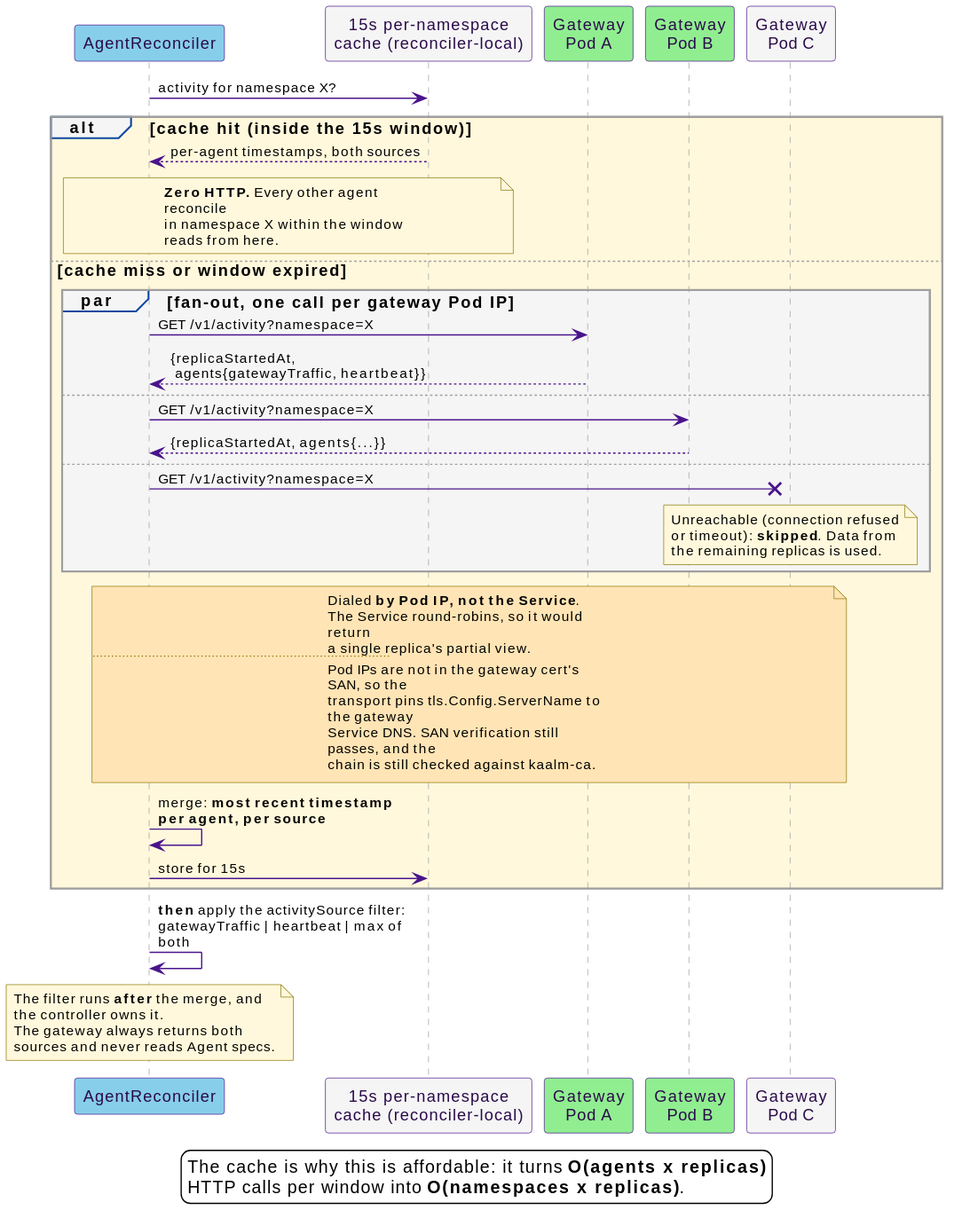
The PlantUML diagram docs/src/diagrams/activity-fanout.svg in win07xp/kaalm, before a commit.
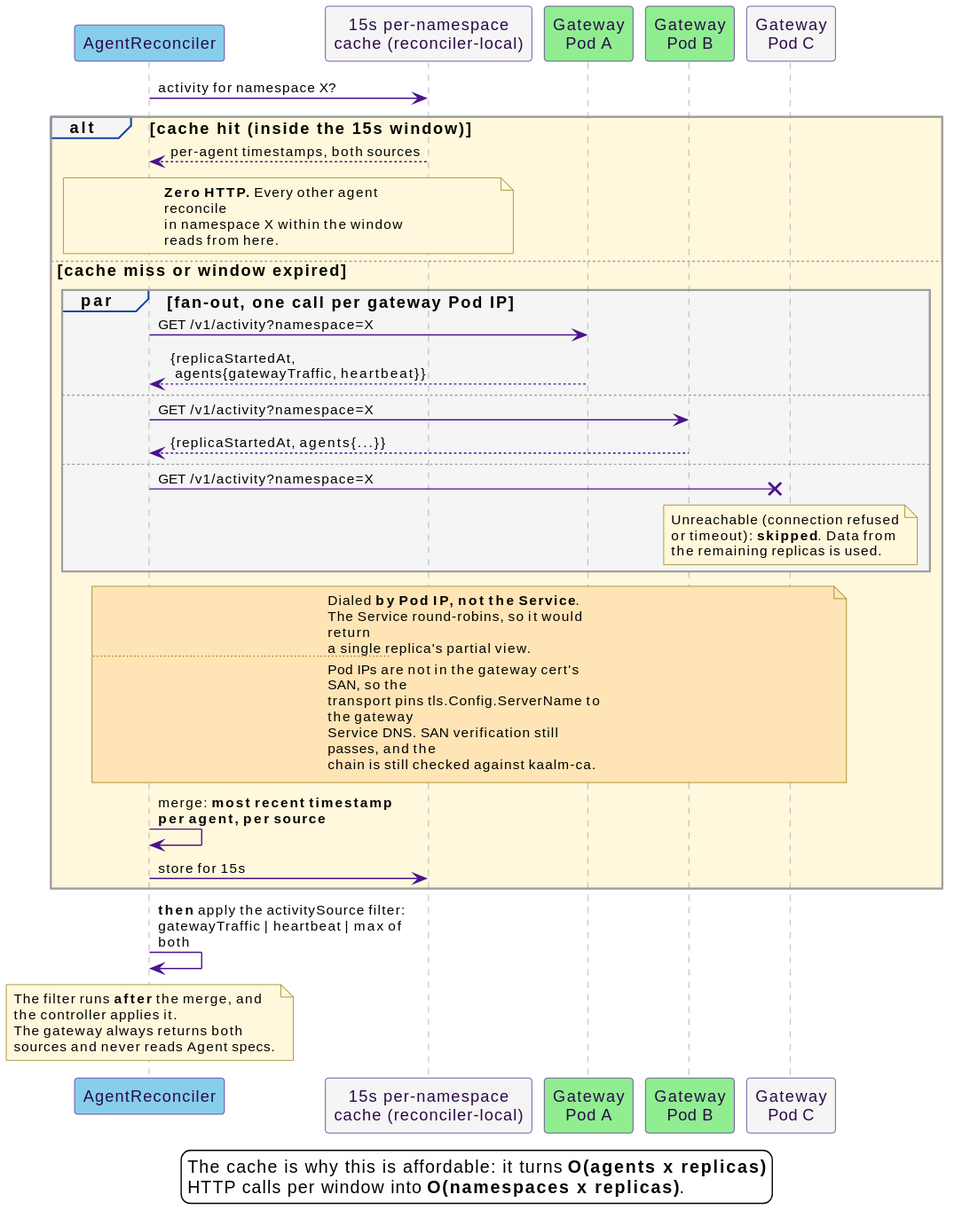
The same file after the commit.

Diff of the diagram source:
```diff
@@ -50,7 +50,7 @@
 rec -> rec : **then** apply the activitySource filter:\ngatewayTraffic | heartbeat | max of both
 
 note over rec
-  The filter runs **after** the merge, and the controller owns it.
+  The filter runs **after** the merge, and the controller applies it.
   The gateway always returns both sources and never reads Agent specs.
 end note
 
```
